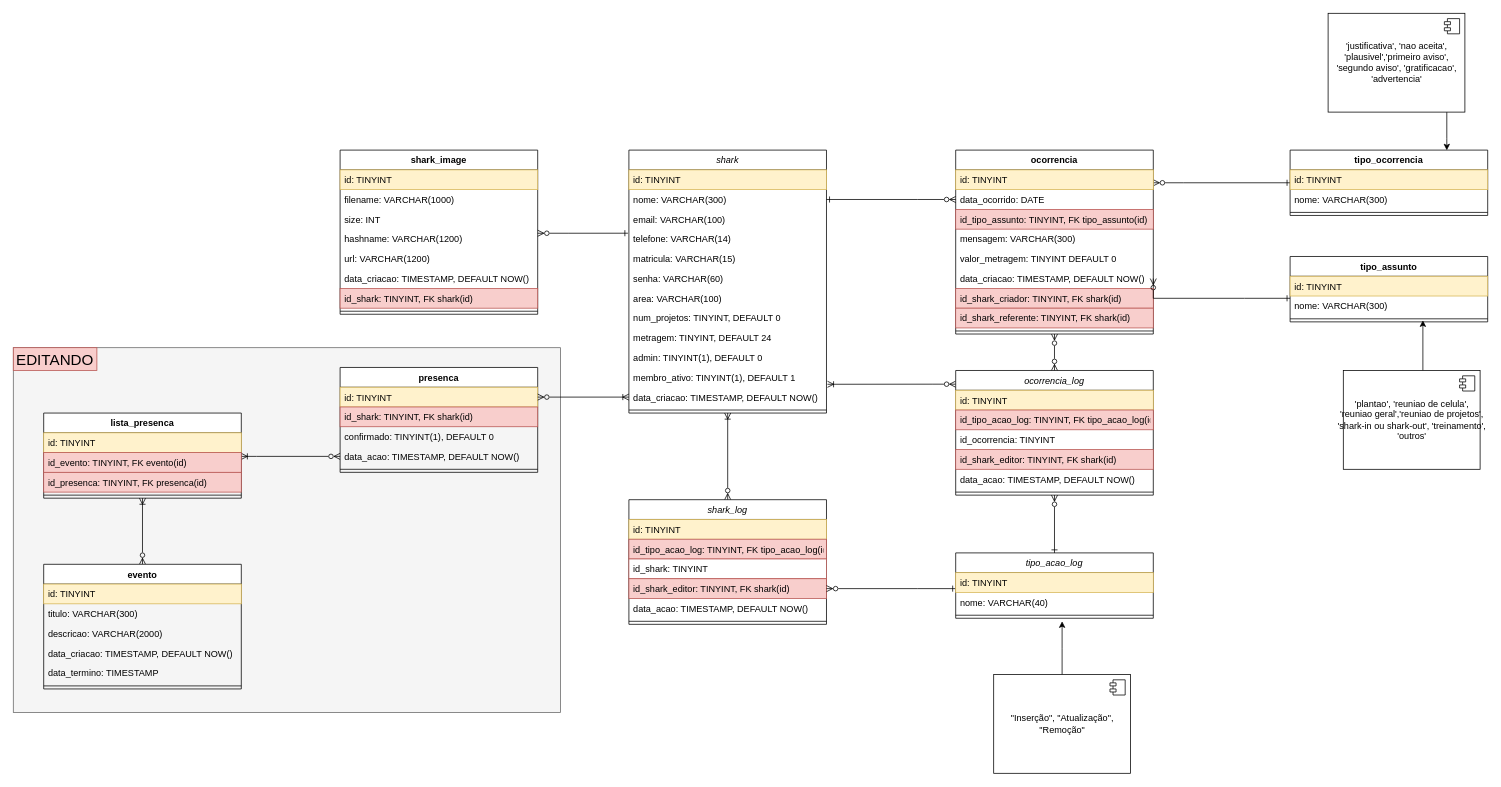
Earlier version of the draw.io diagram src/database/base_de_dados_gep.drawio (Focus-Consultoria-EJ/justificativas-sistema-gep). Source tidied: cells renumbered, new cells numbered last; positions are measured from the earlier drawing's top-left corner, leaving out a move shared by most shapes. Both pictures are drawn from the tidied source at 76%, with x=0, y=0 at pixel (13, 13).
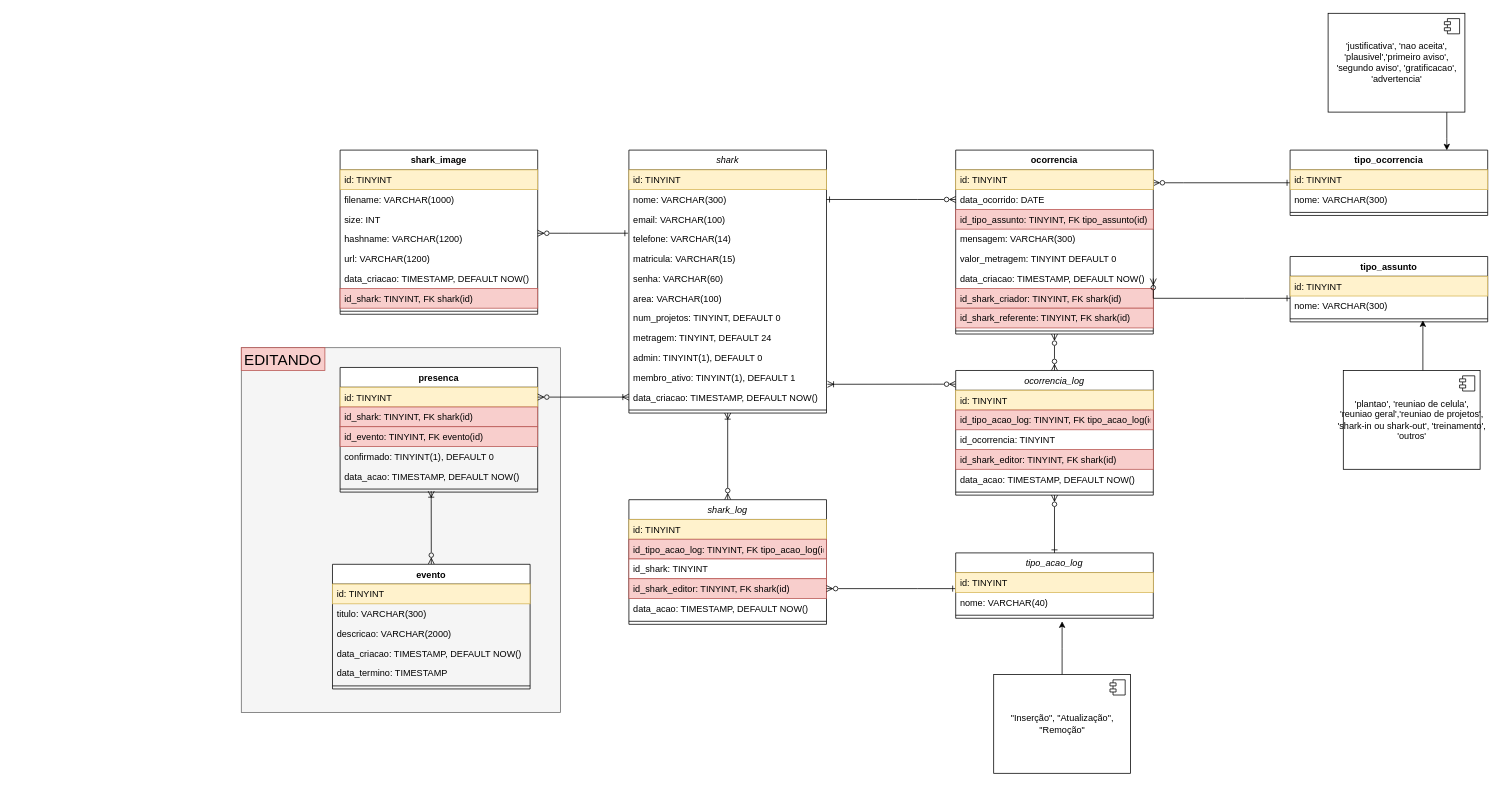
Above is the later version.

Diff of the diagram source:
```diff
@@
     <mxCell id="2" style="rounded=0;whiteSpace=wrap;html=1;fillColor=#f5f5f5;strokeColor=#666666;fontColor=#333333;" parent="1" vertex="1">
-      <mxGeometry y="440" width="720" height="480" as="geometry" />
+      <mxGeometry x="300" y="440" width="420" height="480" as="geometry" />
     </mxCell>
@@
-    <mxCell id="80" style="edgeStyle=orthogonalEdgeStyle;rounded=0;jettySize=auto;html=1;entryX=0.5;entryY=0;entryDx=0;entryDy=0;endArrow=ERzeroToMany;endFill=0;startArrow=ERoneToMany;startFill=0;" parent="1" edge="1" source="82" target="87">
-      <mxGeometry relative="1" as="geometry" />
+    <mxCell id="80" style="edgeStyle=orthogonalEdgeStyle;rounded=0;jettySize=auto;html=1;entryX=0.5;entryY=0;entryDx=0;entryDy=0;endArrow=ERzeroToMany;endFill=0;startArrow=ERoneToMany;startFill=0;exitX=0.461;exitY=0.837;exitDx=0;exitDy=0;exitPerimeter=0;" parent="1" edge="1" source="99" target="87">
+      <mxGeometry relative="1" as="geometry">
+        <Array as="points">
+          <mxPoint x="550" y="640" />
+          <mxPoint x="550" y="640" />
+        </Array>
+      </mxGeometry>
     </mxCell>
-    <mxCell id="81" style="edgeStyle=orthogonalEdgeStyle;rounded=0;jettySize=auto;html=1;entryX=0;entryY=0.5;entryDx=0;entryDy=0;endArrow=ERzeroToMany;endFill=0;startArrow=ERoneToMany;startFill=0;" parent="1" edge="1" source="82" target="98">
-      <mxGeometry relative="1" as="geometry">
-        <Array as="points">
-          <mxPoint x="320" y="583" />
-          <mxPoint x="320" y="583" />
-        </Array>
-      </mxGeometry>
-    </mxCell>
-    <mxCell id="82" value="lista_presenca" style="swimlane;fontStyle=1;align=center;verticalAlign=top;horizontal=1;startSize=26;" parent="1" vertex="1">
-      <mxGeometry x="40" y="526" width="260" height="112" as="geometry" />
-    </mxCell>
-    <mxCell id="83" value="id: TINYINT" style="text;align=left;verticalAlign=top;spacingLeft=4;spacingRight=4;overflow=hidden;fillColor=#fff2cc;strokeColor=#d6b656;" parent="82" vertex="1">
-      <mxGeometry y="26" width="260" height="26" as="geometry" />
-    </mxCell>
-    <mxCell id="84" value="id_evento: TINYINT, FK evento(id)" style="text;align=left;verticalAlign=top;spacingLeft=4;spacingRight=4;overflow=hidden;fillColor=#f8cecc;strokeColor=#b85450;" parent="82" vertex="1">
-      <mxGeometry y="52" width="260" height="26" as="geometry" />
-    </mxCell>
-    <mxCell id="85" value="id_presenca: TINYINT, FK presenca(id)" style="text;align=left;verticalAlign=top;spacingLeft=4;spacingRight=4;overflow=hidden;fillColor=#f8cecc;strokeColor=#b85450;" parent="82" vertex="1">
-      <mxGeometry y="78" width="260" height="26" as="geometry" />
-    </mxCell>
-    <mxCell id="86" style="line;strokeWidth=1;fillColor=none;align=left;verticalAlign=middle;spacingTop=-1;spacingLeft=3;spacingRight=3;labelPosition=right;strokeColor=inherit;" parent="82" vertex="1">
-      <mxGeometry y="104" width="260" height="8" as="geometry" />
-    </mxCell>
     <mxCell id="87" value="evento" style="swimlane;fontStyle=1;align=center;verticalAlign=top;horizontal=1;startSize=26;" parent="1" vertex="1">
-      <mxGeometry x="40" y="725" width="260" height="164" as="geometry" />
+      <mxGeometry x="420" y="725" width="260" height="164" as="geometry" />
     </mxCell>
@@
     <mxCell id="94" value="presenca" style="swimlane;fontStyle=1;align=center;verticalAlign=top;horizontal=1;startSize=26;" parent="1" vertex="1">
-      <mxGeometry x="430" y="466" width="260" height="138" as="geometry" />
+      <mxGeometry x="430" y="466" width="260" height="164" as="geometry" />
     </mxCell>
@@
+    <mxCell id="84" value="id_evento: TINYINT, FK evento(id)" style="text;align=left;verticalAlign=top;spacingLeft=4;spacingRight=4;overflow=hidden;fillColor=#f8cecc;strokeColor=#b85450;" parent="94" vertex="1">
+      <mxGeometry y="78" width="260" height="26" as="geometry" />
+    </mxCell>
     <mxCell id="97" value="confirmado: TINYINT(1), DEFAULT 0" style="text;align=left;verticalAlign=top;spacingLeft=4;spacingRight=4;overflow=hidden;rounded=0;shadow=0;html=0;" parent="94" vertex="1">
-      <mxGeometry y="78" width="260" height="26" as="geometry" />
+      <mxGeometry y="104" width="260" height="26" as="geometry" />
     </mxCell>
     <mxCell id="98" value="data_acao: TIMESTAMP, DEFAULT NOW()" style="text;align=left;verticalAlign=top;spacingLeft=4;spacingRight=4;overflow=hidden;points=[[0,0.5],[1,0.5]];portConstraint=eastwest;rounded=0;shadow=0;html=0;" parent="94" vertex="1">
-      <mxGeometry y="104" width="260" height="26" as="geometry" />
+      <mxGeometry y="130" width="260" height="26" as="geometry" />
     </mxCell>
     <mxCell id="99" style="line;strokeWidth=1;fillColor=none;align=left;verticalAlign=middle;spacingTop=-1;spacingLeft=3;spacingRight=3;labelPosition=right;points=[];portConstraint=eastwest;strokeColor=inherit;" parent="94" vertex="1">
-      <mxGeometry y="130" width="260" height="8" as="geometry" />
+      <mxGeometry y="156" width="260" height="8" as="geometry" />
     </mxCell>
@@
     <mxCell id="101" value="&lt;font style=&quot;font-size: 20px;&quot;&gt;EDITANDO&lt;/font&gt;" style="text;html=1;strokeColor=#b85450;fillColor=#f8cecc;align=center;verticalAlign=middle;whiteSpace=wrap;rounded=0;" parent="1" vertex="1">
-      <mxGeometry y="440" width="110" height="30" as="geometry" />
+      <mxGeometry x="300" y="440" width="110" height="30" as="geometry" />
     </mxCell>
```
